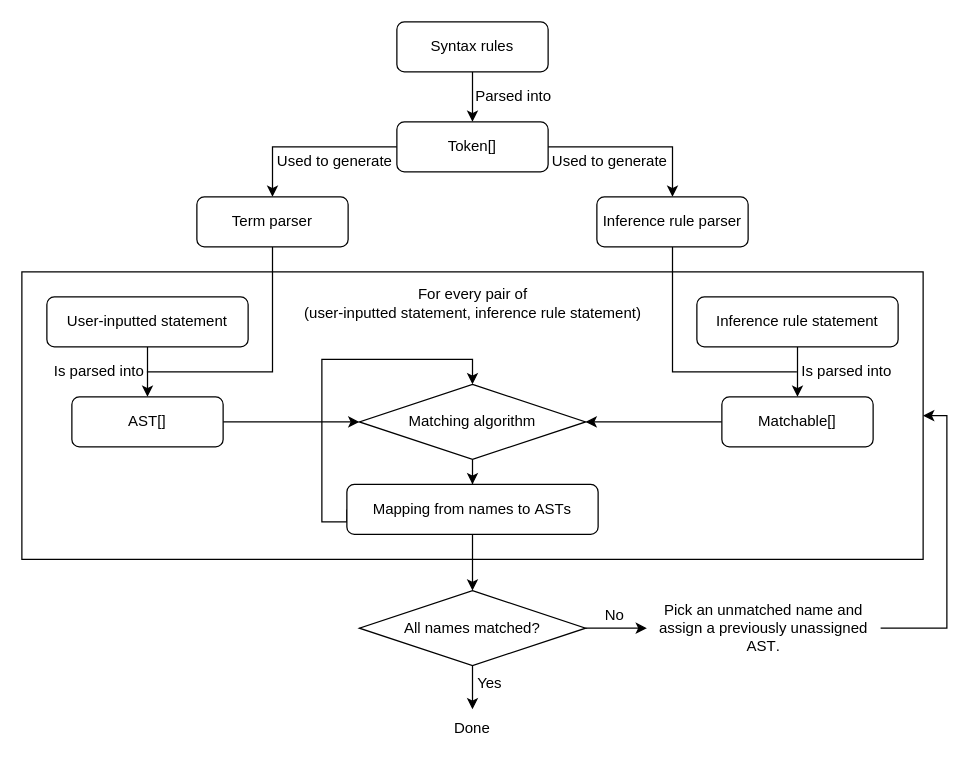
justinkeung1018/building-derivations-docs keeps this draw.io diagram as conclusion/flowchart.drawio. Above is the earlier version. Source tidied: cells renumbered, new cells numbered last; positions are measured from the earlier drawing's top-left corner, leaving out a move shared by most shapes. Both pictures are drawn from the tidied source at 125%, with x=0, y=0 at pixel (21, 21).
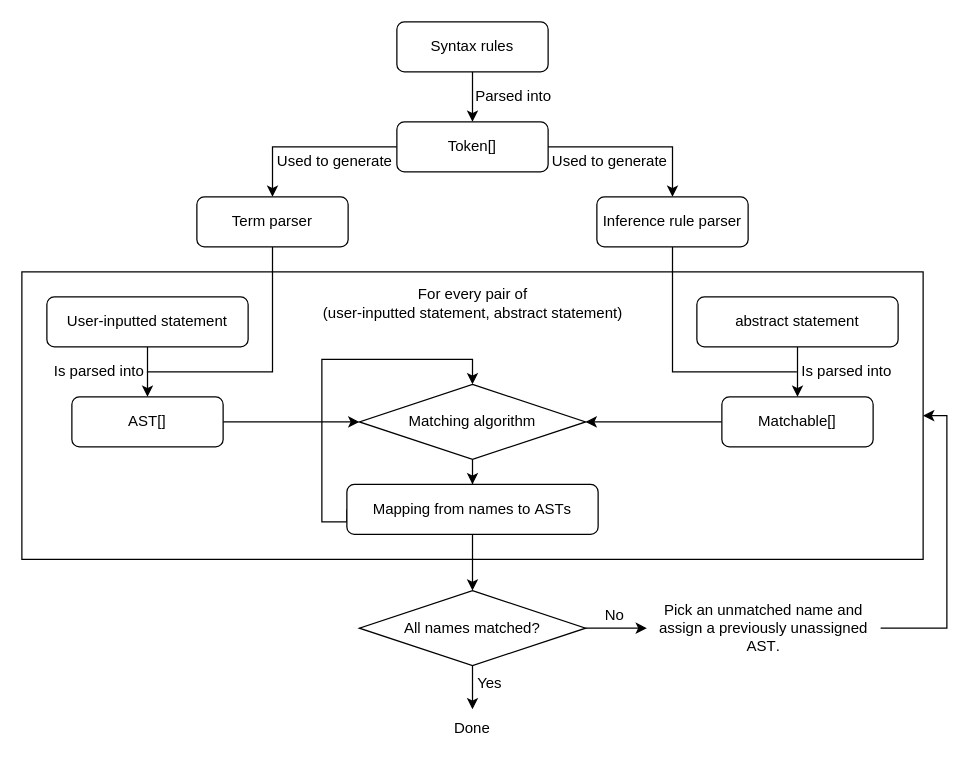
The same page after the edit.

Change to the diagram source:
```diff
@@
-    <mxCell id="13" value="&lt;font&gt;Inference rule statement&lt;/font&gt;" style="rounded=1;whiteSpace=wrap;html=1;fontSize=12;glass=0;strokeWidth=1;shadow=0;fontFamily=libertine;" parent="1" vertex="1">
+    <mxCell id="13" value="&lt;font&gt;abstract statement&lt;/font&gt;" style="rounded=1;whiteSpace=wrap;html=1;fontSize=12;glass=0;strokeWidth=1;shadow=0;fontFamily=libertine;" parent="1" vertex="1">
       <mxGeometry x="540" y="220" width="161" height="40" as="geometry" />
     </mxCell>
@@
-    <mxCell id="28" value="For every pair of&lt;div&gt;(user-inputted statement, inference rule statement)&lt;/div&gt;" style="text;html=1;align=center;verticalAlign=middle;whiteSpace=wrap;rounded=0;fontFamily=libertine;" parent="1" vertex="1">
+    <mxCell id="28" value="For every pair of&lt;div&gt;(user-inputted statement, abstract statement)&lt;/div&gt;" style="text;html=1;align=center;verticalAlign=middle;whiteSpace=wrap;rounded=0;fontFamily=libertine;" parent="1" vertex="1">
       <mxGeometry x="197.5" y="210" width="326" height="30" as="geometry" />
     </mxCell>
```
